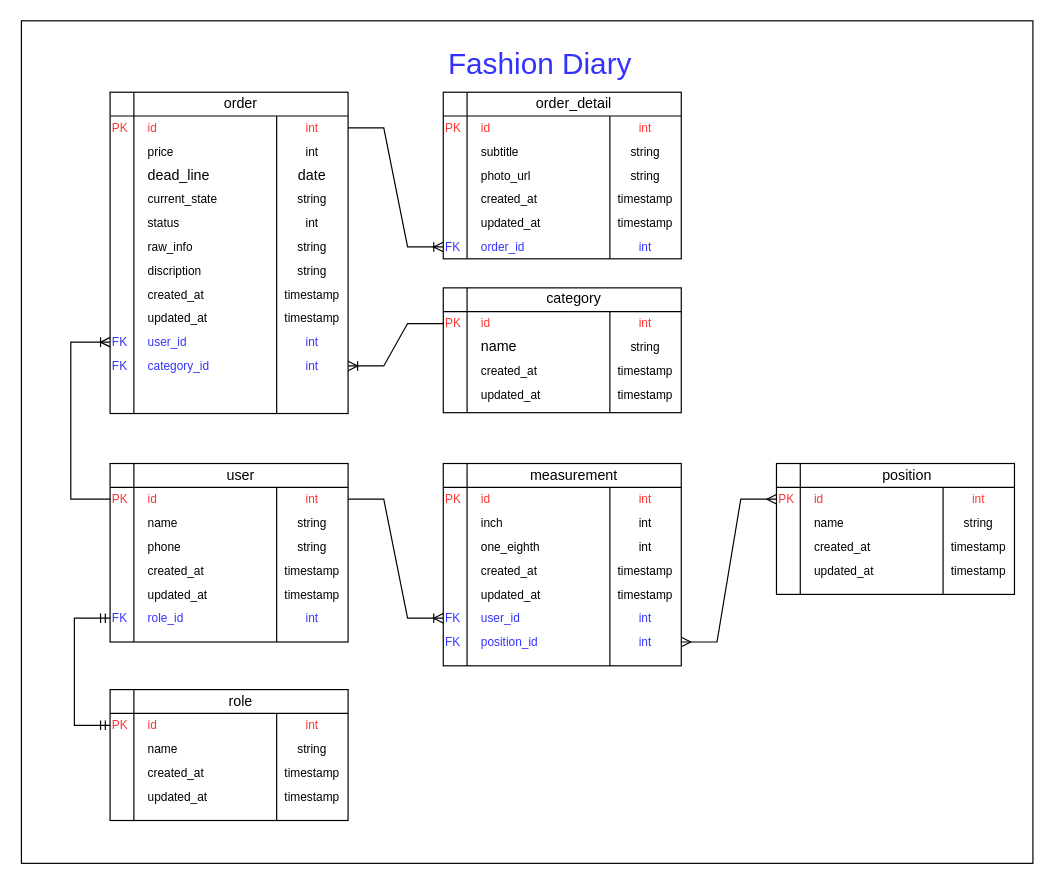
Earlier version of the draw.io diagram Untitled Diagram.drawio (arkarMannAung/app.diagrams.net). Source tidied: cells renumbered, new cells numbered last; positions are measured from the earlier drawing's top-left corner, leaving out a move shared by most shapes. Both pictures are drawn from the tidied source at 119%, with x=0, y=0 at pixel (20, 20).
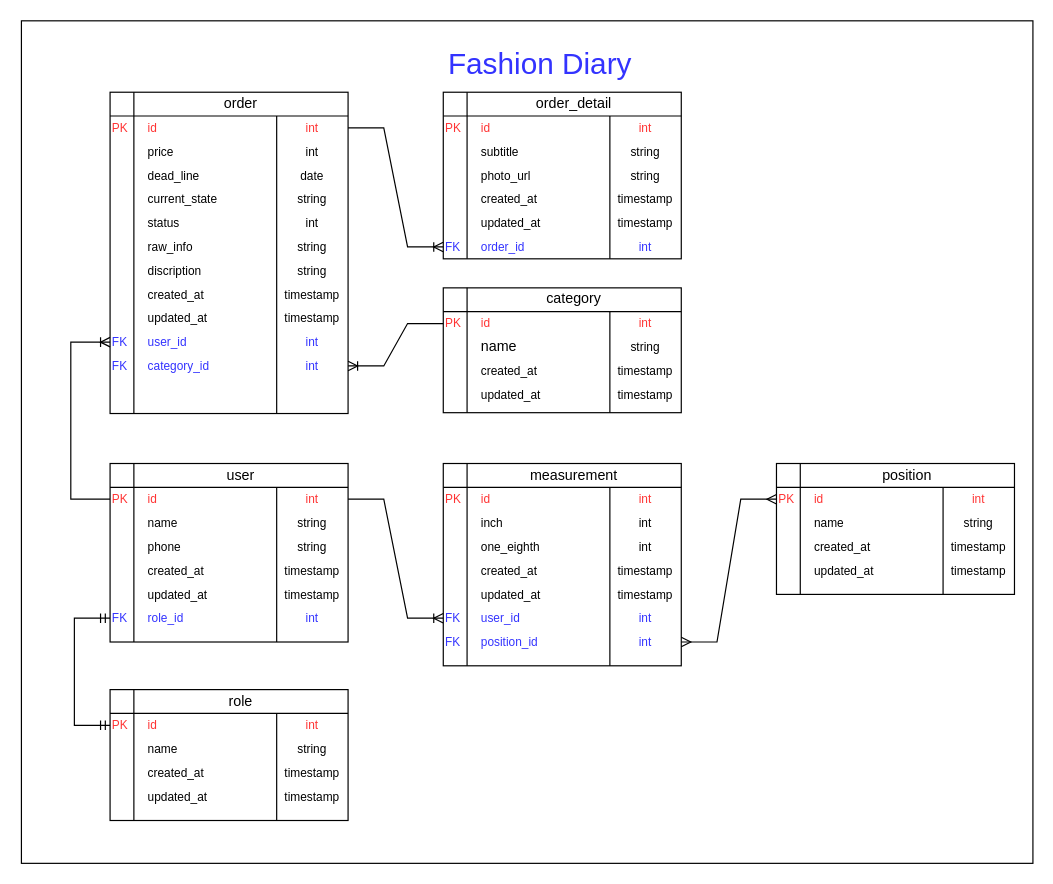
After the change.

What changed in the source:
```diff
@@
-    <mxCell id="116" value="dead_line" style="text;html=1;align=left;verticalAlign=middle;whiteSpace=wrap;rounded=0;" parent="1" vertex="1">
+    <mxCell id="116" value="&lt;font style=&quot;font-size: 10px&quot;&gt;dead_line&lt;/font&gt;" style="text;html=1;align=left;verticalAlign=middle;whiteSpace=wrap;rounded=0;" parent="1" vertex="1">
       <mxGeometry x="105" y="120" width="110" height="20" as="geometry" />
     </mxCell>
-    <mxCell id="117" value="date" style="text;html=1;align=center;verticalAlign=middle;whiteSpace=wrap;rounded=0;" parent="1" vertex="1">
+    <mxCell id="117" value="&lt;font style=&quot;font-size: 10px&quot;&gt;date&lt;/font&gt;" style="text;html=1;align=center;verticalAlign=middle;whiteSpace=wrap;rounded=0;" parent="1" vertex="1">
       <mxGeometry x="215" y="120" width="60" height="20" as="geometry" />
     </mxCell>
```
